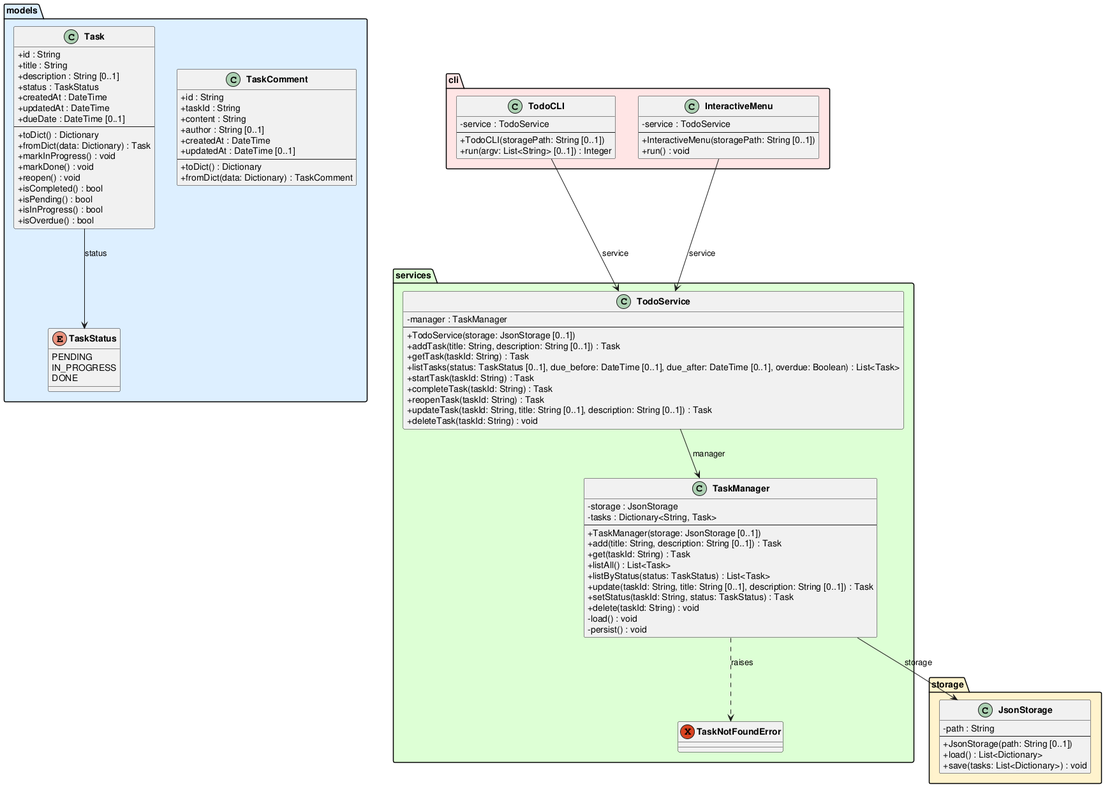
DanielRiha8906/Software_autoevolution_using_agents keeps this PlantUML diagram as experiments/broadcast/test_driven/TODO/artifacts/class_diagram.png. Above is the earlier version.
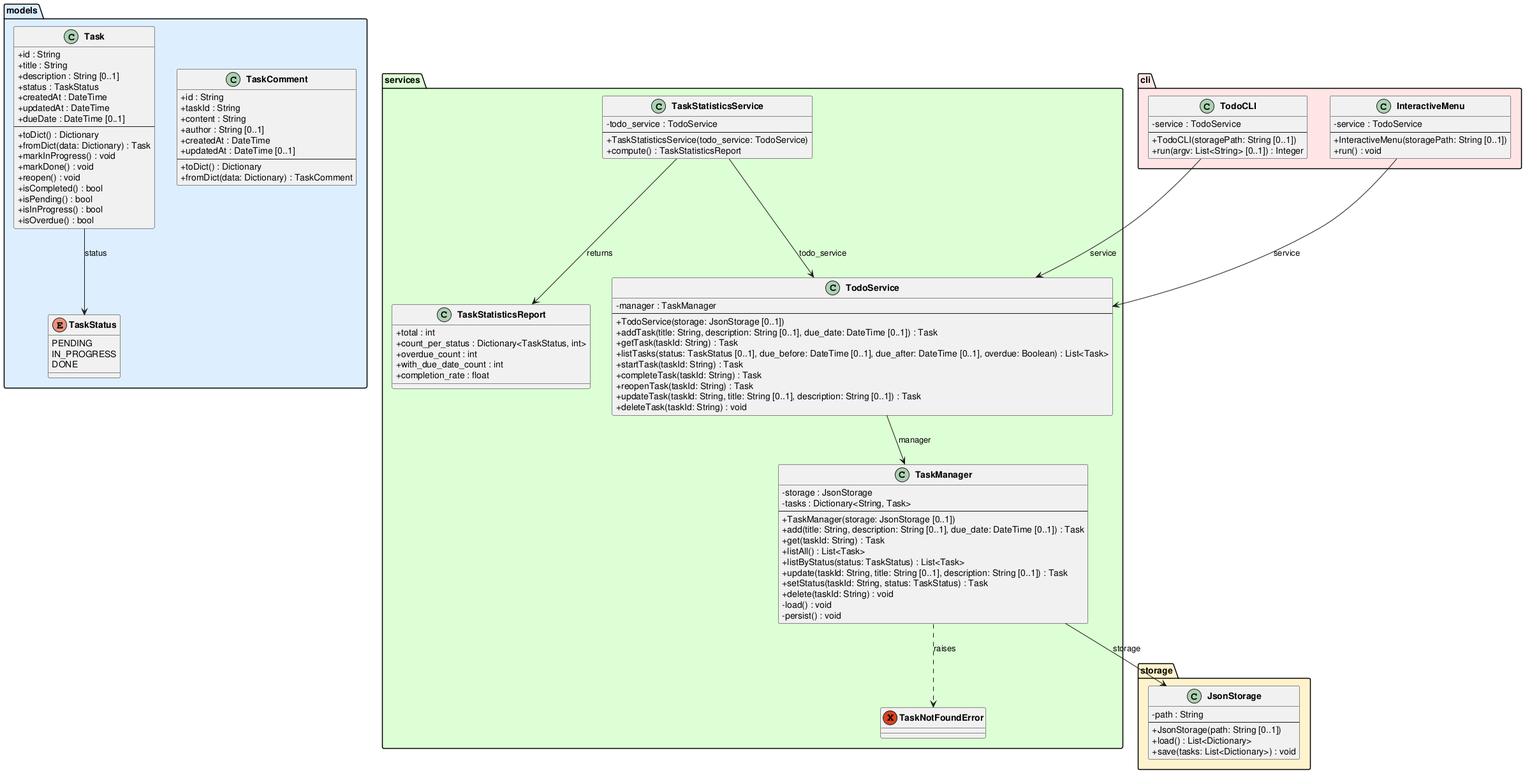
The same file after the commit.

The edit, as a diff of the source:
```diff
@@ -61,7 +61,7 @@
         -tasks : Dictionary<String, Task>
         --
         +TaskManager(storage: JsonStorage [0..1])
-        +add(title: String, description: String [0..1]) : Task
+        +add(title: String, description: String [0..1], due_date: DateTime [0..1]) : Task
         +get(taskId: String) : Task
         +listAll() : List<Task>
         +listByStatus(status: TaskStatus) : List<Task>
@@ -76,7 +76,7 @@
         -manager : TaskManager
         --
         +TodoService(storage: JsonStorage [0..1])
-        +addTask(title: String, description: String [0..1]) : Task
+        +addTask(title: String, description: String [0..1], due_date: DateTime [0..1]) : Task
         +getTask(taskId: String) : Task
         +listTasks(status: TaskStatus [0..1], due_before: DateTime [0..1], due_after: DateTime [0..1], overdue: Boolean) : List<Task>
         +startTask(taskId: String) : Task
@@ -84,6 +84,21 @@
         +reopenTask(taskId: String) : Task
         +updateTask(taskId: String, title: String [0..1], description: String [0..1]) : Task
         +deleteTask(taskId: String) : void
+    }
+
+    class TaskStatisticsReport {
+        +total : int
+        +count_per_status : Dictionary<TaskStatus, int>
+        +overdue_count : int
+        +with_due_date_count : int
+        +completion_rate : float
+    }
+
+    class TaskStatisticsService {
+        -todo_service : TodoService
+        --
+        +TaskStatisticsService(todo_service: TodoService)
+        +compute() : TaskStatisticsReport
     }
 }
 
@@ -107,6 +122,8 @@
 TaskManager --> JsonStorage : storage
 TaskManager ..> TaskNotFoundError : raises
 TodoService --> TaskManager : manager
+TaskStatisticsService --> TodoService : todo_service
+TaskStatisticsService --> TaskStatisticsReport : returns
 TodoCLI --> TodoService : service
 InteractiveMenu --> TodoService : service
 
```
